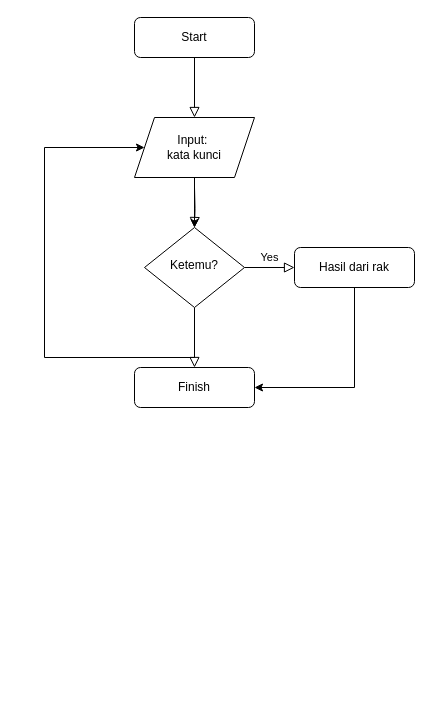
Above: flowchartp2.drawio in dcompanys/booksearchtool (draw.io), before the change. Source tidied: cells renumbered, new cells numbered last; positions are measured from the earlier drawing's top-left corner, leaving out a move shared by most shapes. Both pictures are drawn from the tidied source at 100%, with x=0, y=0 at pixel (44, 17).
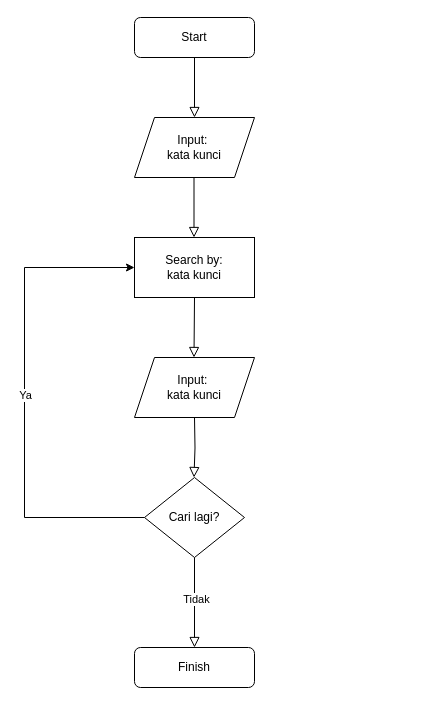
The same diagram, later.

The change refers to these unchanged cells:
```xml
<mxCell id="11" value="Input:&amp;nbsp;&lt;br&gt;kata kunci" style="shape=parallelogram;perimeter=parallelogramPerimeter;whiteSpace=wrap;html=1;fixedSize=1;" parent="1" vertex="1">
  <mxGeometry x="90" y="100" width="120" height="60" as="geometry" />
</mxCell>
```

Diff of the diagram source:
```diff
@@
-    <mxCell id="4" style="rounded=0;html=1;jettySize=auto;fontSize=11;endArrow=block;endFill=0;endSize=8;strokeWidth=1;shadow=0;labelBackgroundColor=none;edgeStyle=orthogonalEdgeStyle;" parent="1" edge="1" target="7">
+    <mxCell id="4" style="rounded=0;html=1;jettySize=auto;orthogonalLoop=1;fontSize=11;endArrow=block;endFill=0;endSize=8;strokeWidth=1;shadow=0;labelBackgroundColor=none;edgeStyle=orthogonalEdgeStyle;" parent="1" edge="1">
       <mxGeometry y="20" relative="1" as="geometry">
-        <mxPoint x="150" y="170" as="sourcePoint" />
+        <mxPoint x="149.5" y="160" as="sourcePoint" />
+        <mxPoint x="149.5" y="220" as="targetPoint" />
       </mxGeometry>
     </mxCell>
-    <mxCell id="5" style="rounded=0;html=1;jettySize=auto;fontSize=11;endArrow=block;endFill=0;endSize=8;strokeWidth=1;shadow=0;labelBackgroundColor=none;edgeStyle=orthogonalEdgeStyle;" parent="1" edge="1" source="7" target="8">
-      <mxGeometry x="0.33" y="20" relative="1" as="geometry" />
+    <mxCell id="5" style="rounded=0;html=1;jettySize=auto;fontSize=11;endArrow=block;endFill=0;endSize=8;strokeWidth=1;shadow=0;labelBackgroundColor=none;edgeStyle=orthogonalEdgeStyle;exitX=0.5;exitY=1;exitDx=0;exitDy=0;" parent="1" edge="1" source="17">
+      <mxGeometry x="0.33" y="20" relative="1" as="geometry">
+        <mxPoint x="149.5" y="340" as="targetPoint" />
+      </mxGeometry>
     </mxCell>
-    <mxCell id="6" value="Yes" style="edgeStyle=orthogonalEdgeStyle;rounded=0;html=1;jettySize=auto;fontSize=11;endArrow=block;endFill=0;endSize=8;strokeWidth=1;shadow=0;labelBackgroundColor=none;" parent="1" edge="1" source="7" target="9">
-      <mxGeometry y="10" relative="1" as="geometry" />
-    </mxCell>
-    <mxCell id="7" value="Ketemu?" style="rhombus;whiteSpace=wrap;html=1;shadow=0;fontFamily=Helvetica;fontSize=12;align=center;strokeWidth=1;spacing=6;spacingTop=-4;" parent="1" vertex="1">
-      <mxGeometry x="100" y="210" width="100" height="80" as="geometry" />
-    </mxCell>
     <mxCell id="8" value="Finish" style="rounded=1;whiteSpace=wrap;html=1;fontSize=12;glass=0;strokeWidth=1;shadow=0;" parent="1" vertex="1">
-      <mxGeometry x="90" y="350" width="120" height="40" as="geometry" />
+      <mxGeometry x="90" y="630" width="120" height="40" as="geometry" />
     </mxCell>
-    <mxCell id="9" value="Hasil dari rak" style="rounded=1;whiteSpace=wrap;html=1;fontSize=12;glass=0;strokeWidth=1;shadow=0;" parent="1" vertex="1">
-      <mxGeometry x="250" y="230" width="120" height="40" as="geometry" />
-    </mxCell>
-    <mxCell id="10" style="edgeStyle=orthogonalEdgeStyle;rounded=0;jettySize=auto;html=1;" parent="1" edge="1" source="11" target="7">
-      <mxGeometry relative="1" as="geometry" />
-    </mxCell>
@@
-    <mxCell id="12" style="endArrow=none;html=1;rounded=0;exitX=0.5;exitY=1;exitDx=0;exitDy=0;" parent="1" edge="1" source="9">
-      <mxGeometry relative="1" as="geometry">
-        <mxPoint x="310" y="370" as="targetPoint" />
-      </mxGeometry>
-    </mxCell>
-    <mxCell id="13" style="endArrow=classic;html=1;rounded=0;entryX=1;entryY=0.5;entryDx=0;entryDy=0;" parent="1" edge="1" target="8">
-      <mxGeometry relative="1" as="geometry">
-        <mxPoint x="310" y="370" as="sourcePoint" />
-      </mxGeometry>
-    </mxCell>
-    <mxCell id="14" style="endArrow=none;html=1;rounded=0;" parent="1" edge="1">
-      <mxGeometry relative="1" as="geometry">
-        <mxPoint x="150" y="340" as="sourcePoint" />
-        <mxPoint y="340" as="targetPoint" />
-      </mxGeometry>
-    </mxCell>
-    <mxCell id="15" style="endArrow=none;html=1;rounded=0;" parent="1" edge="1">
-      <mxGeometry relative="1" as="geometry">
-        <mxPoint y="340" as="sourcePoint" />
-        <mxPoint y="130" as="targetPoint" />
-      </mxGeometry>
-    </mxCell>
-    <mxCell id="16" style="endArrow=classic;html=1;rounded=0;entryX=0;entryY=0.5;entryDx=0;entryDy=0;" parent="1" edge="1" target="11">
-      <mxGeometry relative="1" as="geometry">
-        <mxPoint y="130" as="sourcePoint" />
-      </mxGeometry>
-    </mxCell>
+    <mxCell id="17" value="Search by: &lt;br&gt;kata kunci" style="rounded=0;whiteSpace=wrap;html=1;" parent="1" vertex="1">
+      <mxGeometry x="90" y="220" width="120" height="60" as="geometry" />
+    </mxCell>
+    <mxCell id="18" value="Input:&amp;nbsp;&lt;br&gt;kata kunci" style="shape=parallelogram;perimeter=parallelogramPerimeter;whiteSpace=wrap;html=1;fixedSize=1;" parent="1" vertex="1">
+      <mxGeometry x="90" y="340" width="120" height="60" as="geometry" />
+    </mxCell>
+    <mxCell id="19" value="Cari lagi?" style="rhombus;whiteSpace=wrap;html=1;" parent="1" vertex="1">
+      <mxGeometry x="100" y="460" width="100" height="80" as="geometry" />
+    </mxCell>
+    <mxCell id="20" style="rounded=0;html=1;jettySize=auto;orthogonalLoop=1;fontSize=11;endArrow=block;endFill=0;endSize=8;strokeWidth=1;shadow=0;labelBackgroundColor=none;edgeStyle=orthogonalEdgeStyle;exitX=0.5;exitY=1;exitDx=0;exitDy=0;" parent="1" edge="1">
+      <mxGeometry x="0.33" y="20" relative="1" as="geometry">
+        <mxPoint x="150" y="400" as="sourcePoint" />
+        <mxPoint x="149.5" y="460" as="targetPoint" />
+      </mxGeometry>
+    </mxCell>
+    <mxCell id="21" style="rounded=0;html=1;jettySize=auto;orthogonalLoop=1;fontSize=11;endArrow=block;endFill=0;endSize=8;strokeWidth=1;shadow=0;labelBackgroundColor=none;edgeStyle=orthogonalEdgeStyle;exitX=0.5;exitY=1;exitDx=0;exitDy=0;" parent="1" edge="1">
+      <mxGeometry x="0.33" y="20" relative="1" as="geometry">
+        <mxPoint x="150" y="540" as="sourcePoint" />
+        <mxPoint x="150" y="630" as="targetPoint" />
+      </mxGeometry>
+    </mxCell>
+    <mxCell id="22" value="Tidak" style="edgeLabel;html=1;align=center;verticalAlign=middle;" parent="21" vertex="1">
+      <mxGeometry x="-0.09" y="1" relative="1" as="geometry" />
+    </mxCell>
+    <mxCell id="23" style="endArrow=none;html=1;rounded=0;exitX=0;exitY=0.5;exitDx=0;exitDy=0;" parent="1" edge="1" source="19">
+      <mxGeometry relative="1" as="geometry">
+        <mxPoint x="-20" y="500" as="targetPoint" />
+      </mxGeometry>
+    </mxCell>
+    <mxCell id="24" style="endArrow=none;html=1;rounded=0;" parent="1" edge="1">
+      <mxGeometry relative="1" as="geometry">
+        <mxPoint x="-20" y="500" as="sourcePoint" />
+        <mxPoint x="-20" y="250" as="targetPoint" />
+      </mxGeometry>
+    </mxCell>
+    <mxCell id="25" value="Ya" style="edgeLabel;html=1;align=center;verticalAlign=middle;" parent="24" vertex="1">
+      <mxGeometry x="-0.02" relative="1" as="geometry" />
+    </mxCell>
+    <mxCell id="26" style="endArrow=classic;html=1;rounded=0;" parent="1" edge="1" target="17">
+      <mxGeometry relative="1" as="geometry">
+        <mxPoint x="-20" y="250" as="sourcePoint" />
+      </mxGeometry>
+    </mxCell>
```
